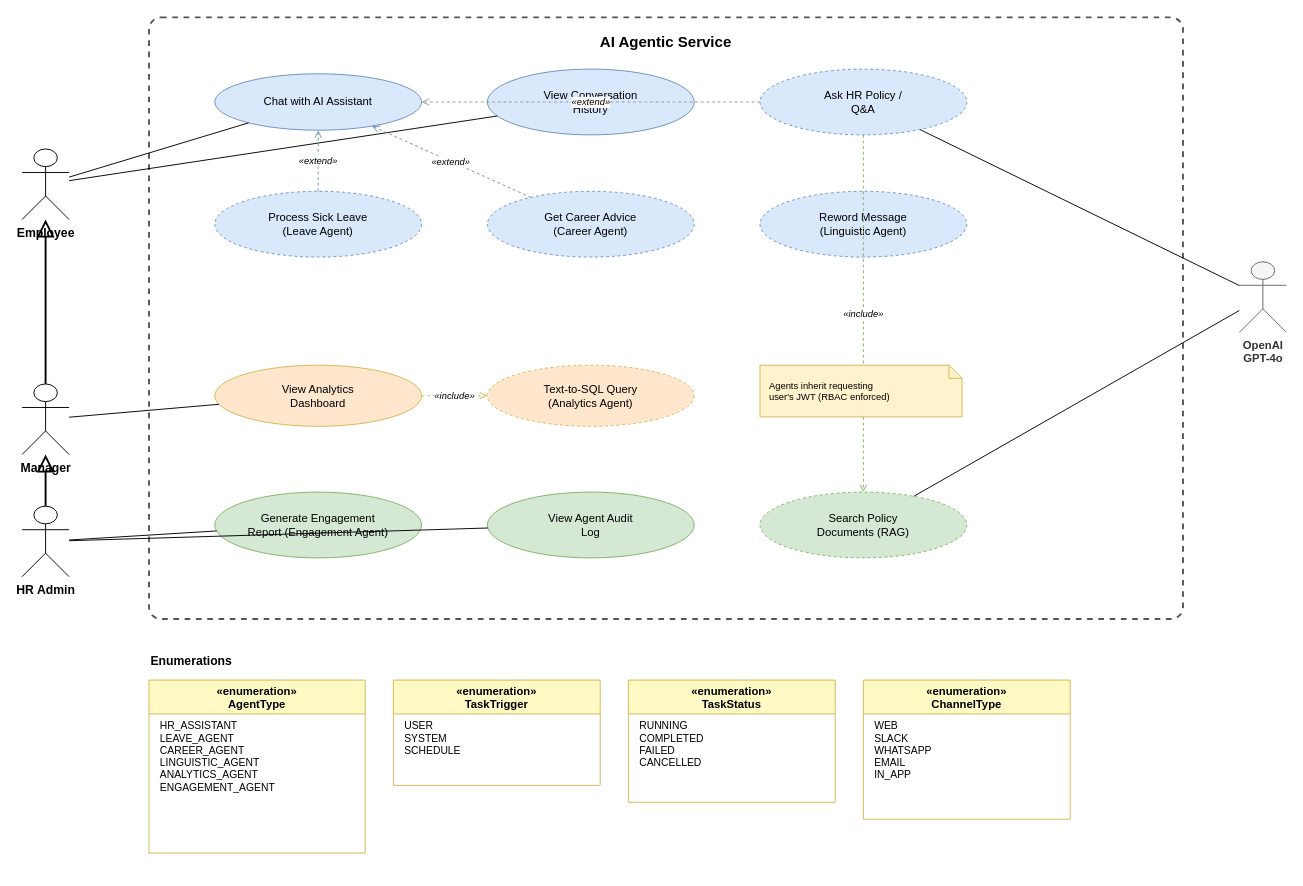
This is domains/ai_agentic.drawio from AnisBenOthman/Sentient, a draw.io file, before an edit. Source tidied: cells renumbered, new cells numbered last; positions are measured from the earlier drawing's top-left corner, leaving out a move shared by most shapes. Both pictures are drawn from the tidied source at 94%, with x=0, y=0 at pixel (22, 17).
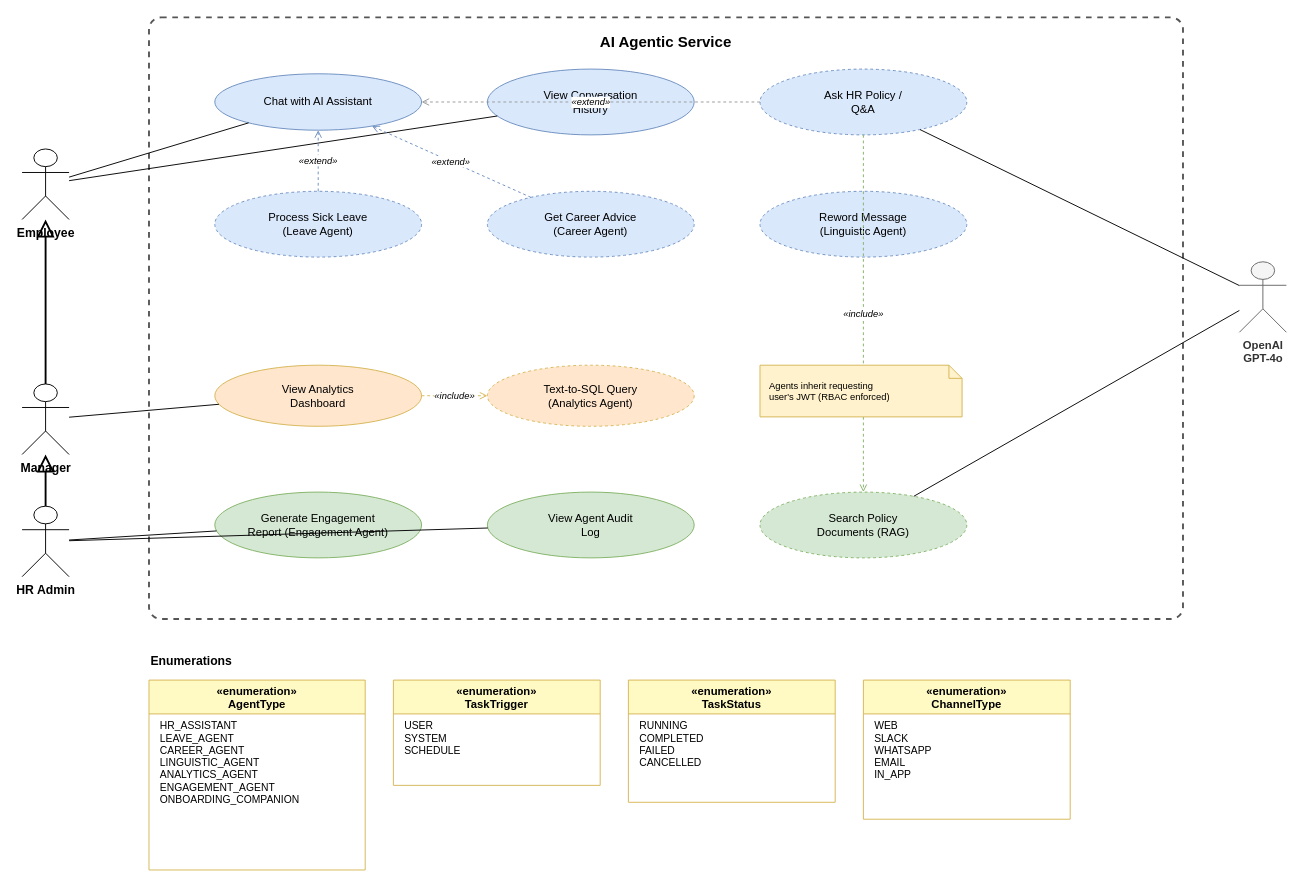
After the change.

Commit message (it also covers changes not shown here):
add probation periode diagram and AI compagnion agent

Change to the diagram source:
```diff
@@
     <mxCell id="34" value="«enumeration»&#10;AgentType" style="swimlane;fontStyle=1;startSize=36;fillColor=#FFF9C4;strokeColor=#d6b656;fontSize=12;" parent="1" vertex="1">
-      <mxGeometry x="135" y="705" width="230" height="184" as="geometry" />
+      <mxGeometry x="135" y="705" width="230" height="202" as="geometry" />
     </mxCell>
-    <mxCell id="35" value="HR_ASSISTANT&#10;LEAVE_AGENT&#10;CAREER_AGENT&#10;LINGUISTIC_AGENT&#10;ANALYTICS_AGENT&#10;ENGAGEMENT_AGENT" style="text;strokeColor=none;fillColor=none;align=left;verticalAlign=top;spacingLeft=10;fontSize=11;" parent="34" vertex="1">
-      <mxGeometry y="36" width="230" height="148" as="geometry" />
+    <mxCell id="35" value="HR_ASSISTANT&#10;LEAVE_AGENT&#10;CAREER_AGENT&#10;LINGUISTIC_AGENT&#10;ANALYTICS_AGENT&#10;ENGAGEMENT_AGENT&#10;ONBOARDING_COMPANION" style="text;strokeColor=none;fillColor=none;align=left;verticalAlign=top;spacingLeft=10;fontSize=11;" parent="34" vertex="1">
+      <mxGeometry y="36" width="230" height="166" as="geometry" />
     </mxCell>
```
